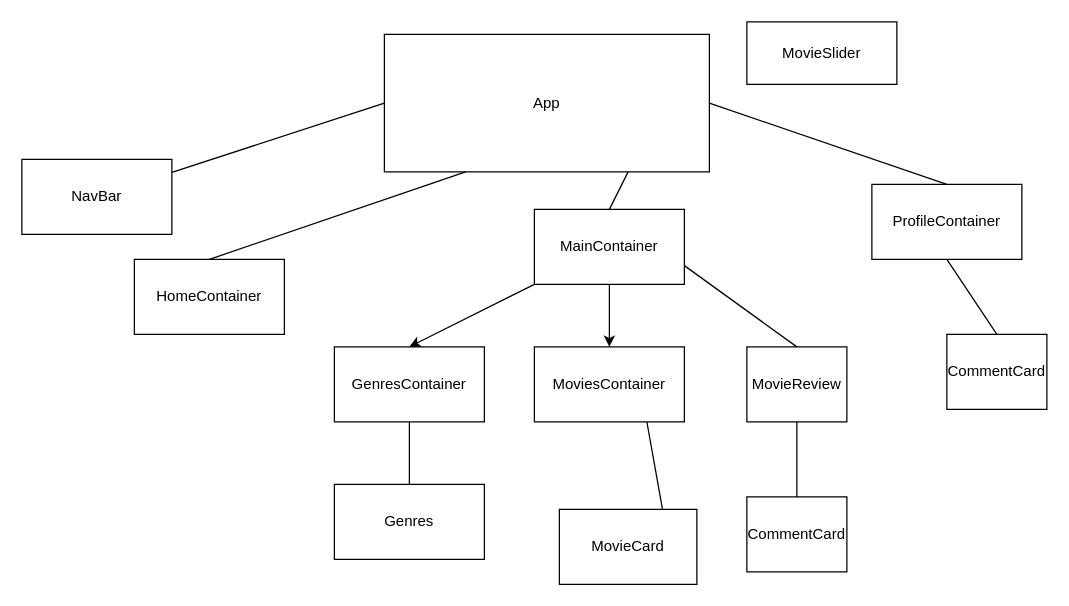
Earlier version of the draw.io diagram src/components/.drawio (alenjo874/cinema-review-app). Source tidied: cells renumbered, new cells numbered last; positions are measured from the earlier drawing's top-left corner, leaving out a move shared by most shapes. Both pictures are drawn from the tidied source at 125%, with x=0, y=0 at pixel (21, 21).
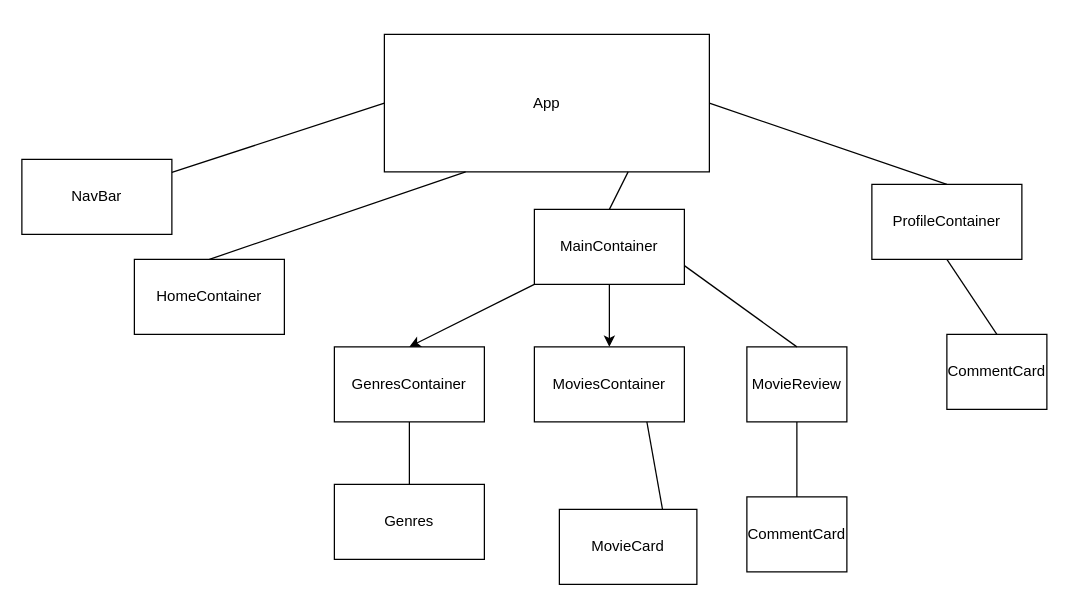
The same diagram, later.

Change to the diagram source:
```diff
@@
-    <mxCell id="13" value="MovieSlider" style="rounded=0;whiteSpace=wrap;html=1;" parent="1" vertex="1">
-      <mxGeometry x="580" width="120" height="50" as="geometry" />
-    </mxCell>
```
